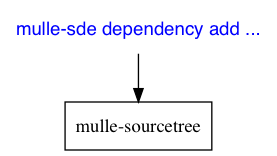
Before: dox/mulle-sde-dependency.png, a diagram exported from Graphviz (mulle-sde/mulle-sde). Its source is kept beside it as dox/mulle-sde-dependency.dot. The source it was exported from:
```dot
digraph G {
    graph [rankdir = TD];

    node[shape=record];

    "mulle-sde dependency"  [ label="mulle-sde dependency add ...", shape="none", fontname="monospace", fontcolor="blue"]

    "mulle-sde dependency"  -> "mulle-sourcetree"
}
```
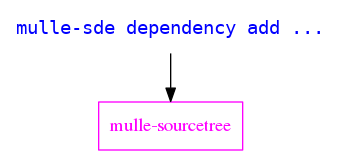
The same diagram one commit later.

The edit, as a diff of the source:
```diff
@@ -6,4 +6,6 @@
     "mulle-sde dependency"  [ label="mulle-sde dependency add ...", shape="none", fontname="monospace", fontcolor="blue"]
 
     "mulle-sde dependency"  -> "mulle-sourcetree"
+
+    "mulle-sourcetree" [ color="magenta", fontcolor="magenta"]
 }
```
